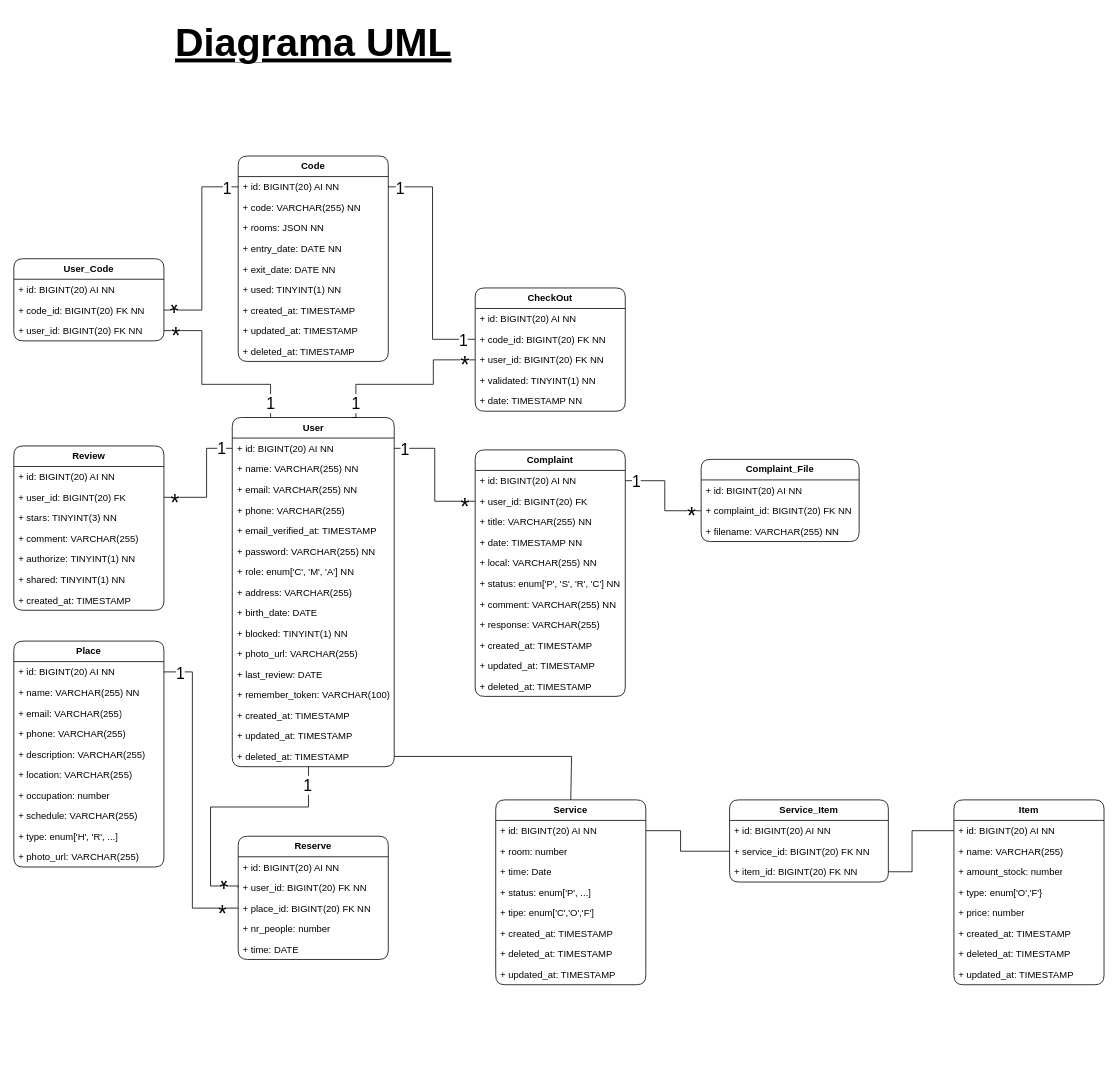
Happy-Guest/HG-Notes keeps this draw.io diagram as page "Diagrama UML" (1 of 2) of HappyGuest.drawio. Above is the earlier version. Source tidied: cells renumbered, new cells numbered last; positions are measured from the earlier drawing's top-left corner, leaving out a move shared by most shapes. Both pictures are drawn from the tidied source at 79%, with x=0, y=0 at pixel (13, 13).
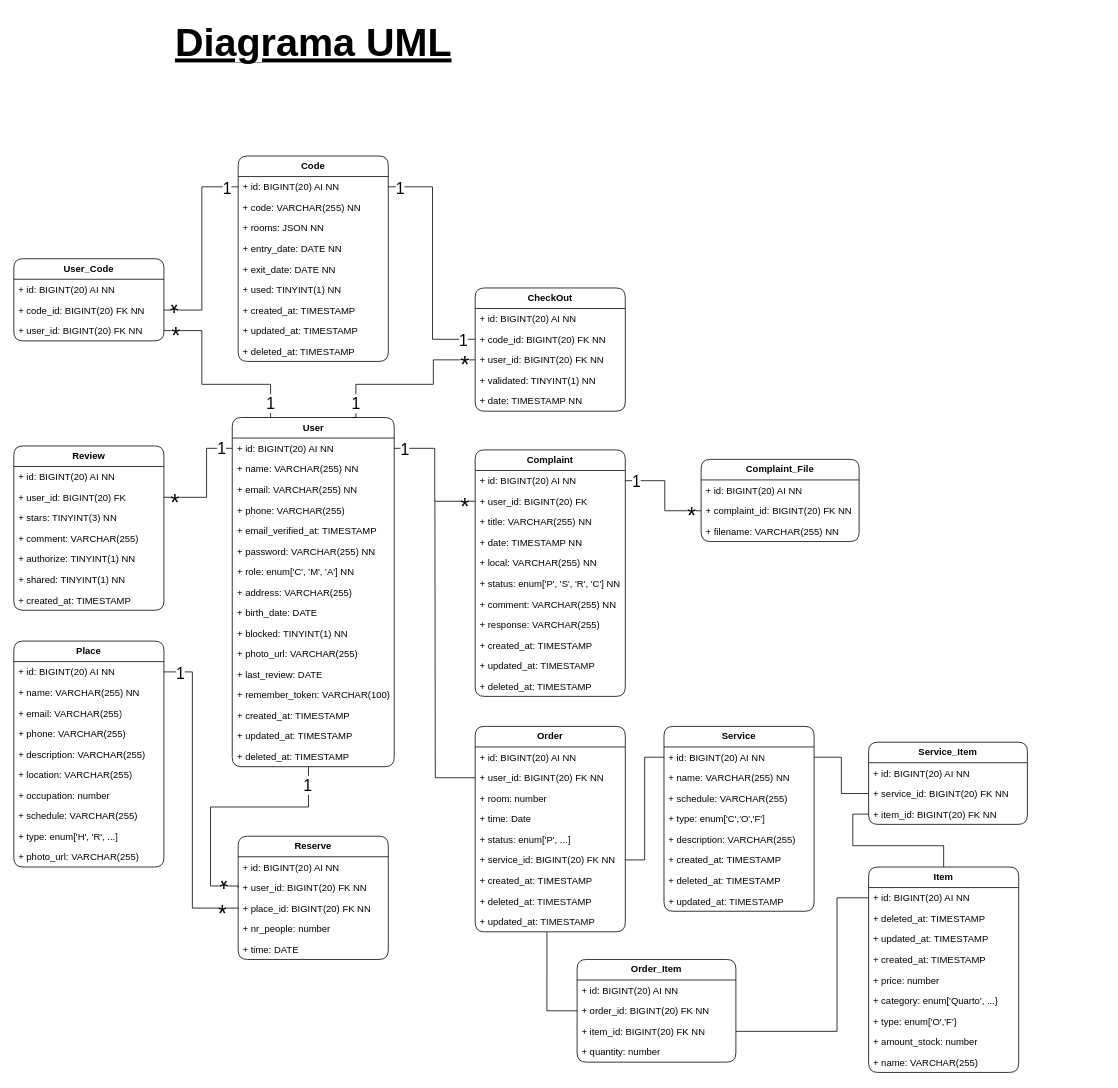
The same page after the edit.

Unchanged cells that the change refers to:
```xml
<mxCell id="18" value="+ deleted_at: TIMESTAMP" style="text;strokeColor=none;fillColor=none;align=left;verticalAlign=top;spacingLeft=4;spacingRight=4;overflow=hidden;points=[[0,0.5],[1,0.5]];portConstraint=eastwest;whiteSpace=wrap;html=1;" parent="2" vertex="1">
  <mxGeometry y="416" width="205" height="26" as="geometry" />
</mxCell>
<mxCell id="86" value="+ id: BIGINT(20) AI NN" style="text;strokeColor=none;fillColor=none;align=left;verticalAlign=top;spacingLeft=4;spacingRight=4;overflow=hidden;points=[[0,0.5],[1,0.5]];portConstraint=eastwest;whiteSpace=wrap;html=1;" parent="85" vertex="1">
  <mxGeometry y="26" width="190" height="26" as="geometry" />
</mxCell>
<mxCell id="118" value="+ id: BIGINT(20) AI NN" style="text;strokeColor=none;fillColor=none;align=left;verticalAlign=top;spacingLeft=4;spacingRight=4;overflow=hidden;points=[[0,0.5],[1,0.5]];portConstraint=eastwest;whiteSpace=wrap;html=1;" parent="117" vertex="1">
  <mxGeometry y="26" width="190" height="26" as="geometry" />
</mxCell>
<mxCell id="128" value="+ service_id: BIGINT(20) FK NN" style="text;strokeColor=none;fillColor=none;align=left;verticalAlign=top;spacingLeft=4;spacingRight=4;overflow=hidden;points=[[0,0.5],[1,0.5]];portConstraint=eastwest;whiteSpace=wrap;html=1;" parent="126" vertex="1">
  <mxGeometry y="52" width="201" height="26" as="geometry" />
</mxCell>
<mxCell id="129" value="+ item_id: BIGINT(20) FK NN" style="text;strokeColor=none;fillColor=none;align=left;verticalAlign=top;spacingLeft=4;spacingRight=4;overflow=hidden;points=[[0,0.5],[1,0.5]];portConstraint=eastwest;whiteSpace=wrap;html=1;" parent="126" vertex="1">
  <mxGeometry y="78" width="201" height="26" as="geometry" />
</mxCell>
```

Diff of the diagram source:
```diff
@@
     <mxCell id="85" value="&lt;b&gt;Item&lt;/b&gt;" style="swimlane;fontStyle=0;horizontal=1;startSize=26;fillColor=none;whiteSpace=wrap;html=1;perimeterSpacing=0;rounded=1;" parent="1" vertex="1">
-      <mxGeometry x="1190" y="995" width="190" height="234" as="geometry" />
+      <mxGeometry x="1082" y="1080" width="190" height="260" as="geometry" />
     </mxCell>
@@
-    <mxCell id="87" value="+ name: VARCHAR(255)&amp;nbsp;" style="text;strokeColor=none;fillColor=none;align=left;verticalAlign=top;spacingLeft=4;spacingRight=4;overflow=hidden;whiteSpace=wrap;html=1;" parent="85" vertex="1">
-      <mxGeometry y="52" width="190" height="26" as="geometry" />
-    </mxCell>
-    <mxCell id="88" value="+ amount_stock: number" style="text;strokeColor=none;fillColor=none;align=left;verticalAlign=top;spacingLeft=4;spacingRight=4;overflow=hidden;whiteSpace=wrap;html=1;" parent="85" vertex="1">
-      <mxGeometry y="78" width="190" height="26" as="geometry" />
-    </mxCell>
-    <mxCell id="89" value="+ type: enum['O','F'}" style="text;strokeColor=none;fillColor=none;align=left;verticalAlign=top;spacingLeft=4;spacingRight=4;overflow=hidden;whiteSpace=wrap;html=1;" parent="85" vertex="1">
-      <mxGeometry y="104" width="190" height="26" as="geometry" />
-    </mxCell>
-    <mxCell id="90" value="+ price: number" style="text;strokeColor=none;fillColor=none;align=left;verticalAlign=top;spacingLeft=4;spacingRight=4;overflow=hidden;whiteSpace=wrap;html=1;" parent="85" vertex="1">
-      <mxGeometry y="130" width="190" height="26" as="geometry" />
-    </mxCell>
-    <mxCell id="91" value="+ created_at: TIMESTAMP" style="text;strokeColor=none;fillColor=none;align=left;verticalAlign=top;spacingLeft=4;spacingRight=4;overflow=hidden;whiteSpace=wrap;html=1;" parent="85" vertex="1">
-      <mxGeometry y="156" width="190" height="26" as="geometry" />
-    </mxCell>
     <mxCell id="92" value="+ deleted_at: TIMESTAMP" style="text;strokeColor=none;fillColor=none;align=left;verticalAlign=top;spacingLeft=4;spacingRight=4;overflow=hidden;whiteSpace=wrap;html=1;" parent="85" vertex="1">
-      <mxGeometry y="182" width="190" height="26" as="geometry" />
+      <mxGeometry y="52" width="190" height="26" as="geometry" />
     </mxCell>
     <mxCell id="93" value="+ updated_at: TIMESTAMP" style="text;strokeColor=none;fillColor=none;align=left;verticalAlign=top;spacingLeft=4;spacingRight=4;overflow=hidden;whiteSpace=wrap;html=1;" parent="85" vertex="1">
-      <mxGeometry y="208" width="190" height="26" as="geometry" />
+      <mxGeometry y="78" width="190" height="26" as="geometry" />
     </mxCell>
+    <mxCell id="91" value="+ created_at: TIMESTAMP" style="text;strokeColor=none;fillColor=none;align=left;verticalAlign=top;spacingLeft=4;spacingRight=4;overflow=hidden;whiteSpace=wrap;html=1;" parent="85" vertex="1">
+      <mxGeometry y="104" width="190" height="26" as="geometry" />
+    </mxCell>
+    <mxCell id="90" value="+ price: number" style="text;strokeColor=none;fillColor=none;align=left;verticalAlign=top;spacingLeft=4;spacingRight=4;overflow=hidden;whiteSpace=wrap;html=1;" parent="85" vertex="1">
+      <mxGeometry y="130" width="190" height="26" as="geometry" />
+    </mxCell>
+    <mxCell id="133" value="+ category: enum['Quarto', ...}" style="text;strokeColor=none;fillColor=none;align=left;verticalAlign=top;spacingLeft=4;spacingRight=4;overflow=hidden;whiteSpace=wrap;html=1;" parent="85" vertex="1">
+      <mxGeometry y="156" width="190" height="26" as="geometry" />
+    </mxCell>
+    <mxCell id="89" value="+ type: enum['O','F'}" style="text;strokeColor=none;fillColor=none;align=left;verticalAlign=top;spacingLeft=4;spacingRight=4;overflow=hidden;whiteSpace=wrap;html=1;" parent="85" vertex="1">
+      <mxGeometry y="182" width="190" height="26" as="geometry" />
+    </mxCell>
+    <mxCell id="88" value="+ amount_stock: number" style="text;strokeColor=none;fillColor=none;align=left;verticalAlign=top;spacingLeft=4;spacingRight=4;overflow=hidden;whiteSpace=wrap;html=1;" parent="85" vertex="1">
+      <mxGeometry y="208" width="190" height="26" as="geometry" />
+    </mxCell>
+    <mxCell id="87" value="+ name: VARCHAR(255)&amp;nbsp;" style="text;strokeColor=none;fillColor=none;align=left;verticalAlign=top;spacingLeft=4;spacingRight=4;overflow=hidden;whiteSpace=wrap;html=1;" parent="85" vertex="1">
+      <mxGeometry y="234" width="190" height="26" as="geometry" />
+    </mxCell>
@@
     <mxCell id="117" value="&lt;b&gt;Service&lt;br&gt;&lt;/b&gt;" style="swimlane;fontStyle=0;horizontal=1;startSize=26;fillColor=none;whiteSpace=wrap;html=1;perimeterSpacing=0;rounded=1;" parent="1" vertex="1">
-      <mxGeometry x="610" y="995" width="190" height="234" as="geometry" />
+      <mxGeometry x="823" y="902" width="190" height="234" as="geometry" />
     </mxCell>
@@
-    <mxCell id="119" value="+ room: number&amp;nbsp;" style="text;strokeColor=none;fillColor=none;align=left;verticalAlign=top;spacingLeft=4;spacingRight=4;overflow=hidden;whiteSpace=wrap;html=1;" parent="117" vertex="1">
-      <mxGeometry y="52" width="190" height="26" as="geometry" />
-    </mxCell>
-    <mxCell id="120" value="+ time: Date" style="text;strokeColor=none;fillColor=none;align=left;verticalAlign=top;spacingLeft=4;spacingRight=4;overflow=hidden;whiteSpace=wrap;html=1;" parent="117" vertex="1">
-      <mxGeometry y="78" width="190" height="26" as="geometry" />
-    </mxCell>
-    <mxCell id="121" value="+ status: enum['P', ...]" style="text;strokeColor=none;fillColor=none;align=left;verticalAlign=top;spacingLeft=4;spacingRight=4;overflow=hidden;whiteSpace=wrap;html=1;" parent="117" vertex="1">
-      <mxGeometry y="104" width="190" height="26" as="geometry" />
-    </mxCell>
+    <mxCell id="134" value="+ name: VARCHAR(255) NN" style="text;strokeColor=none;fillColor=none;align=left;verticalAlign=top;spacingLeft=4;spacingRight=4;overflow=hidden;whiteSpace=wrap;html=1;" parent="117" vertex="1">
+      <mxGeometry y="52" width="190" height="26" as="geometry" />
+    </mxCell>
+    <mxCell id="135" value="+&amp;nbsp;schedule: VARCHAR(255)" style="text;strokeColor=none;fillColor=none;align=left;verticalAlign=top;spacingLeft=4;spacingRight=4;overflow=hidden;whiteSpace=wrap;html=1;" parent="117" vertex="1">
+      <mxGeometry y="78" width="190" height="26" as="geometry" />
+    </mxCell>
-    <mxCell id="122" value="+ tipe: enum['C','O','F']" style="text;strokeColor=none;fillColor=none;align=left;verticalAlign=top;spacingLeft=4;spacingRight=4;overflow=hidden;whiteSpace=wrap;html=1;" parent="117" vertex="1">
-      <mxGeometry y="130" width="190" height="26" as="geometry" />
+    <mxCell id="122" value="+ type: enum['C','O','F']" style="text;strokeColor=none;fillColor=none;align=left;verticalAlign=top;spacingLeft=4;spacingRight=4;overflow=hidden;whiteSpace=wrap;html=1;" parent="117" vertex="1">
+      <mxGeometry y="104" width="190" height="26" as="geometry" />
     </mxCell>
+    <mxCell id="136" value="+ description: VARCHAR(255)" style="text;strokeColor=none;fillColor=none;align=left;verticalAlign=top;spacingLeft=4;spacingRight=4;overflow=hidden;whiteSpace=wrap;html=1;" parent="117" vertex="1">
+      <mxGeometry y="130" width="190" height="26" as="geometry" />
+    </mxCell>
@@
     <mxCell id="126" value="&lt;b&gt;Service_Item&lt;/b&gt;" style="swimlane;fontStyle=0;horizontal=1;startSize=26;fillColor=none;whiteSpace=wrap;html=1;perimeterSpacing=0;rounded=1;" parent="1" vertex="1">
-      <mxGeometry x="906" y="995" width="201" height="104" as="geometry" />
+      <mxGeometry x="1082" y="922" width="201" height="104" as="geometry" />
     </mxCell>
@@
-    <mxCell id="130" style="endArrow=none;html=1;rounded=0;entryX=0;entryY=0.5;entryDx=0;entryDy=0;exitX=1;exitY=0.5;exitDx=0;exitDy=0;" parent="1" edge="1" source="118" target="128">
-      <mxGeometry relative="1" as="geometry">
-        <Array as="points">
-          <mxPoint x="844" y="1034" />
-          <mxPoint x="844" y="1060" />
-        </Array>
-      </mxGeometry>
-    </mxCell>
-    <mxCell id="131" style="endArrow=none;html=1;rounded=0;entryX=0;entryY=0.5;entryDx=0;entryDy=0;exitX=1;exitY=0.5;exitDx=0;exitDy=0;" parent="1" edge="1" source="129" target="86">
-      <mxGeometry relative="1" as="geometry">
-        <Array as="points">
-          <mxPoint x="1137" y="1086" />
-          <mxPoint x="1137" y="1034" />
-        </Array>
-      </mxGeometry>
-    </mxCell>
-    <mxCell id="132" style="endArrow=none;html=1;rounded=0;exitX=1;exitY=0.5;exitDx=0;exitDy=0;entryX=0.5;entryY=0;entryDx=0;entryDy=0;" parent="1" edge="1" source="18" target="117">
-      <mxGeometry relative="1" as="geometry">
-        <Array as="points">
-          <mxPoint x="706" y="940" />
-        </Array>
-      </mxGeometry>
-    </mxCell>
+    <mxCell id="137" value="&lt;b&gt;Order&lt;br&gt;&lt;/b&gt;" style="swimlane;fontStyle=0;horizontal=1;startSize=26;fillColor=none;whiteSpace=wrap;html=1;perimeterSpacing=0;rounded=1;" parent="1" vertex="1">
+      <mxGeometry x="584" y="902" width="190" height="260" as="geometry" />
+    </mxCell>
+    <mxCell id="138" value="+ id: BIGINT(20) AI NN" style="text;strokeColor=none;fillColor=none;align=left;verticalAlign=top;spacingLeft=4;spacingRight=4;overflow=hidden;whiteSpace=wrap;html=1;" parent="137" vertex="1">
+      <mxGeometry y="26" width="190" height="26" as="geometry" />
+    </mxCell>
+    <mxCell id="139" value="+ user_id: BIGINT(20) FK NN" style="text;strokeColor=none;fillColor=none;align=left;verticalAlign=top;spacingLeft=4;spacingRight=4;overflow=hidden;points=[[0,0.5],[1,0.5]];portConstraint=eastwest;whiteSpace=wrap;html=1;" parent="137" vertex="1">
+      <mxGeometry y="52" width="190" height="26" as="geometry" />
+    </mxCell>
+    <mxCell id="119" value="+ room: number&amp;nbsp;" style="text;strokeColor=none;fillColor=none;align=left;verticalAlign=top;spacingLeft=4;spacingRight=4;overflow=hidden;whiteSpace=wrap;html=1;" parent="137" vertex="1">
+      <mxGeometry y="78" width="190" height="26" as="geometry" />
+    </mxCell>
+    <mxCell id="120" value="+ time: Date" style="text;strokeColor=none;fillColor=none;align=left;verticalAlign=top;spacingLeft=4;spacingRight=4;overflow=hidden;whiteSpace=wrap;html=1;" parent="137" vertex="1">
+      <mxGeometry y="104" width="190" height="26" as="geometry" />
+    </mxCell>
+    <mxCell id="121" value="+ status: enum['P', ...]" style="text;strokeColor=none;fillColor=none;align=left;verticalAlign=top;spacingLeft=4;spacingRight=4;overflow=hidden;whiteSpace=wrap;html=1;" parent="137" vertex="1">
+      <mxGeometry y="130" width="190" height="26" as="geometry" />
+    </mxCell>
+    <mxCell id="140" value="+ service_id: BIGINT(20) FK NN" style="text;strokeColor=none;fillColor=none;align=left;verticalAlign=top;spacingLeft=4;spacingRight=4;overflow=hidden;points=[[0,0.5],[1,0.5]];portConstraint=eastwest;whiteSpace=wrap;html=1;" parent="137" vertex="1">
+      <mxGeometry y="156" width="190" height="26" as="geometry" />
+    </mxCell>
+    <mxCell id="141" value="+ created_at: TIMESTAMP" style="text;strokeColor=none;fillColor=none;align=left;verticalAlign=top;spacingLeft=4;spacingRight=4;overflow=hidden;whiteSpace=wrap;html=1;" parent="137" vertex="1">
+      <mxGeometry y="182" width="190" height="26" as="geometry" />
+    </mxCell>
+    <mxCell id="142" value="+ deleted_at: TIMESTAMP" style="text;strokeColor=none;fillColor=none;align=left;verticalAlign=top;spacingLeft=4;spacingRight=4;overflow=hidden;whiteSpace=wrap;html=1;" parent="137" vertex="1">
+      <mxGeometry y="208" width="190" height="26" as="geometry" />
+    </mxCell>
+    <mxCell id="143" value="+ updated_at: TIMESTAMP" style="text;strokeColor=none;fillColor=none;align=left;verticalAlign=top;spacingLeft=4;spacingRight=4;overflow=hidden;points=[[0,0.5],[1,0.5]];portConstraint=eastwest;whiteSpace=wrap;html=1;" parent="137" vertex="1">
+      <mxGeometry y="234" width="190" height="26" as="geometry" />
+    </mxCell>
+    <mxCell id="144" style="edgeStyle=orthogonalEdgeStyle;rounded=0;jettySize=auto;html=1;endArrow=none;endFill=0;" parent="1" edge="1" source="128" target="118">
+      <mxGeometry relative="1" as="geometry" />
+    </mxCell>
+    <mxCell id="145" style="edgeStyle=orthogonalEdgeStyle;rounded=0;jettySize=auto;html=1;endArrow=none;endFill=0;entryX=0.5;entryY=0;entryDx=0;entryDy=0;" parent="1" edge="1" source="129" target="85">
+      <mxGeometry relative="1" as="geometry" />
+    </mxCell>
+    <mxCell id="146" style="edgeStyle=orthogonalEdgeStyle;rounded=0;jettySize=auto;html=1;entryX=0;entryY=0.5;entryDx=0;entryDy=0;endArrow=none;endFill=0;" parent="1" edge="1" source="140" target="118">
+      <mxGeometry relative="1" as="geometry" />
+    </mxCell>
+    <mxCell id="147" value="&lt;b&gt;Order_Item&lt;/b&gt;" style="swimlane;fontStyle=0;horizontal=1;startSize=26;fillColor=none;whiteSpace=wrap;html=1;perimeterSpacing=0;rounded=1;" parent="1" vertex="1">
+      <mxGeometry x="713" y="1197" width="201" height="130" as="geometry" />
+    </mxCell>
+    <mxCell id="148" value="+ id: BIGINT(20) AI NN" style="text;strokeColor=none;fillColor=none;align=left;verticalAlign=top;spacingLeft=4;spacingRight=4;overflow=hidden;whiteSpace=wrap;html=1;" parent="147" vertex="1">
+      <mxGeometry y="26" width="201" height="26" as="geometry" />
+    </mxCell>
+    <mxCell id="149" value="+ order_id: BIGINT(20) FK NN" style="text;strokeColor=none;fillColor=none;align=left;verticalAlign=top;spacingLeft=4;spacingRight=4;overflow=hidden;points=[[0,0.5],[1,0.5]];portConstraint=eastwest;whiteSpace=wrap;html=1;" parent="147" vertex="1">
+      <mxGeometry y="52" width="201" height="26" as="geometry" />
+    </mxCell>
+    <mxCell id="150" value="+ item_id: BIGINT(20) FK NN" style="text;strokeColor=none;fillColor=none;align=left;verticalAlign=top;spacingLeft=4;spacingRight=4;overflow=hidden;points=[[0,0.5],[1,0.5]];portConstraint=eastwest;whiteSpace=wrap;html=1;" parent="147" vertex="1">
+      <mxGeometry y="78" width="201" height="26" as="geometry" />
+    </mxCell>
+    <mxCell id="151" value="+ quantity: number" style="text;strokeColor=none;fillColor=none;align=left;verticalAlign=top;spacingLeft=4;spacingRight=4;overflow=hidden;whiteSpace=wrap;html=1;" parent="147" vertex="1">
+      <mxGeometry y="104" width="201" height="26" as="geometry" />
+    </mxCell>
+    <mxCell id="152" style="edgeStyle=orthogonalEdgeStyle;rounded=0;jettySize=auto;html=1;entryX=0;entryY=0.5;entryDx=0;entryDy=0;endArrow=none;endFill=0;" parent="1" edge="1" source="150" target="86">
+      <mxGeometry relative="1" as="geometry">
+        <Array as="points">
+          <mxPoint x="1042" y="1288" />
+          <mxPoint x="1042" y="1119" />
+        </Array>
+      </mxGeometry>
+    </mxCell>
+    <mxCell id="153" style="edgeStyle=orthogonalEdgeStyle;rounded=0;jettySize=auto;html=1;entryX=0.478;entryY=1.016;entryDx=0;entryDy=0;entryPerimeter=0;endArrow=none;endFill=0;" parent="1" edge="1" source="149" target="143">
+      <mxGeometry relative="1" as="geometry" />
+    </mxCell>
+    <mxCell id="154" style="edgeStyle=orthogonalEdgeStyle;rounded=0;jettySize=auto;html=1;endArrow=none;endFill=0;" parent="1" edge="1" source="139">
+      <mxGeometry relative="1" as="geometry">
+        <mxPoint x="533" y="617" as="targetPoint" />
+      </mxGeometry>
+    </mxCell>
```
